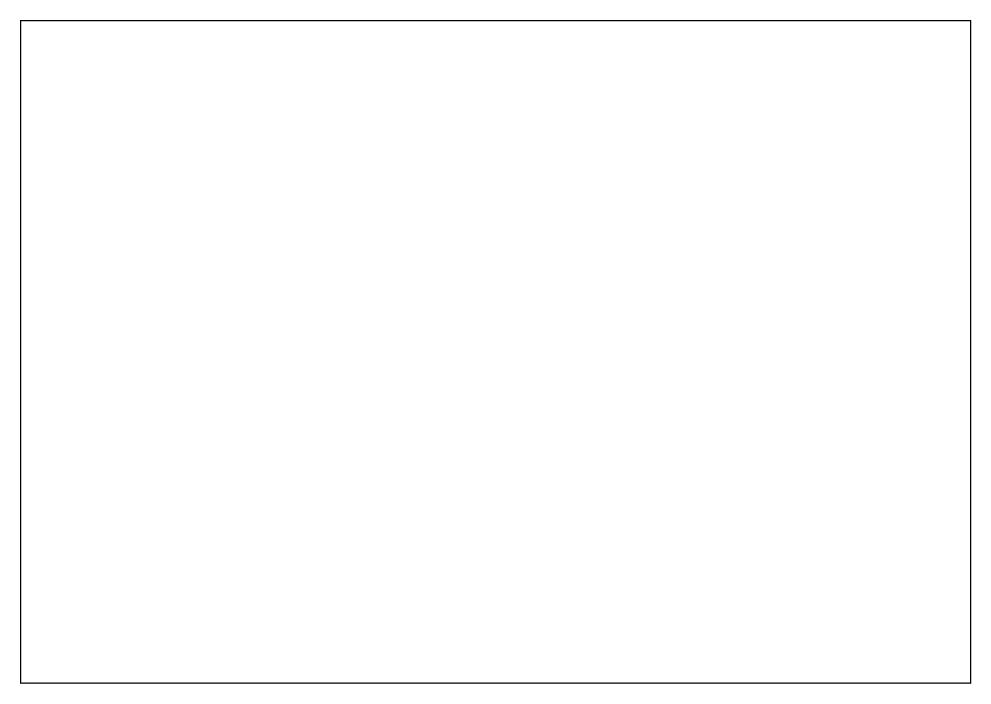
This is page "第 1 页" (1 of 2) of 未命名绘图.drawio from tong699/tong699.github.io, a draw.io file, before an edit. Source tidied: cells renumbered, new cells numbered last; positions are measured from the earlier drawing's top-left corner, leaving out a move shared by most shapes. Both pictures are drawn from the tidied source at 125%, with x=0, y=0 at pixel (20, 20).
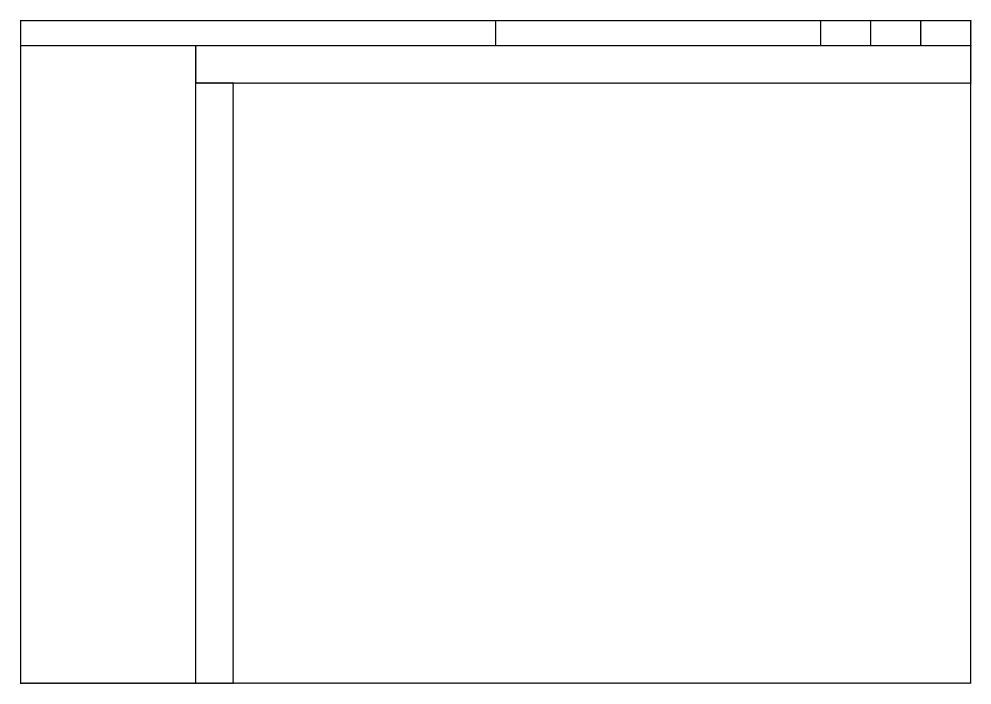
After the change.

Commit message (it also covers changes not shown here):
更新未命名绘图.drawio

The edit, as a diff of the source:
```diff
@@
 <mxGraphModel>
   <root>
     <mxCell id="0" />
     <mxCell id="1" parent="0" />
     <mxCell id="2" style="rounded=0;whiteSpace=wrap;html=1;" parent="1" vertex="1">
       <mxGeometry width="760" height="530" as="geometry" />
     </mxCell>
+    <mxCell id="3" style="rounded=0;whiteSpace=wrap;html=1;" parent="1" vertex="1">
+      <mxGeometry width="380" height="20" as="geometry" />
+    </mxCell>
+    <mxCell id="4" style="rounded=0;whiteSpace=wrap;html=1;" parent="1" vertex="1">
+      <mxGeometry x="720" width="40" height="20" as="geometry" />
+    </mxCell>
+    <mxCell id="5" style="rounded=0;whiteSpace=wrap;html=1;" parent="1" vertex="1">
+      <mxGeometry x="640" width="40" height="20" as="geometry" />
+    </mxCell>
+    <mxCell id="6" style="rounded=0;whiteSpace=wrap;html=1;" parent="1" vertex="1">
+      <mxGeometry x="680" width="40" height="20" as="geometry" />
+    </mxCell>
+    <mxCell id="7" style="rounded=0;whiteSpace=wrap;html=1;" parent="1" vertex="1">
+      <mxGeometry x="140" y="20" width="620" height="30" as="geometry" />
+    </mxCell>
+    <mxCell id="8" style="rounded=0;whiteSpace=wrap;html=1;" parent="1" vertex="1">
+      <mxGeometry y="20" width="140" height="510" as="geometry" />
+    </mxCell>
+    <mxCell id="9" style="rounded=0;whiteSpace=wrap;html=1;" parent="1" vertex="1">
+      <mxGeometry x="140" y="50" width="30" height="480" as="geometry" />
+    </mxCell>
   </root>
 </mxGraphModel>
```
